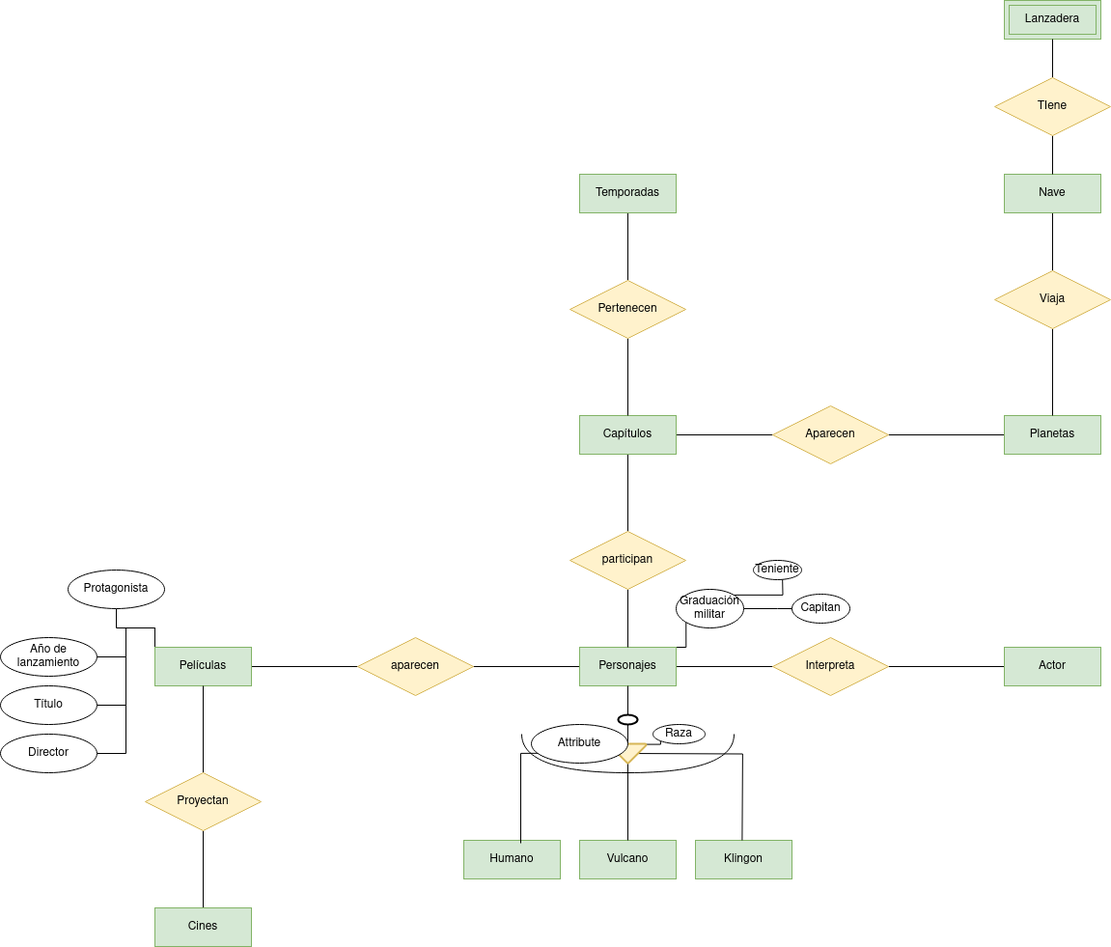
Before: Unidad-1/Tareas/Tarea-evaluable3/Diagrama sin título.drawio.png, a diagram exported from draw.io (jdrguez/2-Daw). Source tidied: cells renumbered, new cells last; positions are measured from the earlier drawing's top-left corner, leaving out a move shared by most shapes.
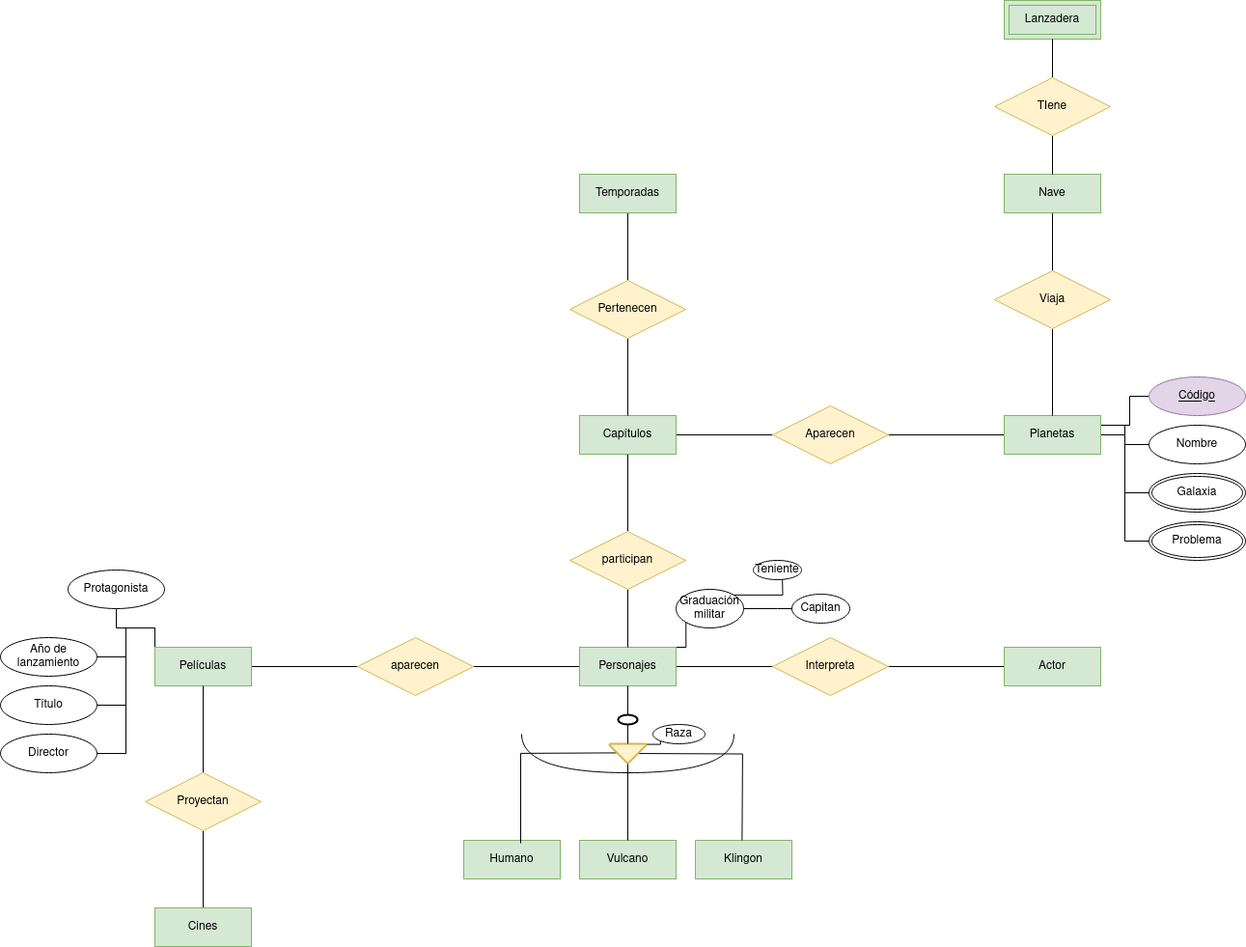
Above is the later version.

The edit, as a diff of the source:
```diff
@@ -130,6 +130,23 @@
     <mxCell id="42" value="Aparecen" style="shape=rhombus;perimeter=rhombusPerimeter;whiteSpace=wrap;html=1;align=center;fillColor=#fff2cc;strokeColor=#d6b656;" parent="1" vertex="1">
       <mxGeometry x="800" y="420" width="120" height="60" as="geometry" />
     </mxCell>
+    <mxCell id="63" style="edgeStyle=orthogonalEdgeStyle;rounded=0;jettySize=auto;html=1;exitX=1;exitY=0;exitDx=0;exitDy=0;entryX=0;entryY=0.5;entryDx=0;entryDy=0;endArrow=none;endFill=0;" parent="1" edge="1" source="43" target="67">
+      <mxGeometry relative="1" as="geometry">
+        <Array as="points">
+          <mxPoint x="1140" y="440" />
+          <mxPoint x="1170" y="440" />
+        </Array>
+      </mxGeometry>
+    </mxCell>
+    <mxCell id="64" style="edgeStyle=orthogonalEdgeStyle;rounded=0;jettySize=auto;html=1;exitX=1;exitY=0.25;exitDx=0;exitDy=0;entryX=0;entryY=0.5;entryDx=0;entryDy=0;endArrow=none;endFill=0;" parent="1" edge="1" source="43" target="68">
+      <mxGeometry relative="1" as="geometry" />
+    </mxCell>
+    <mxCell id="65" style="edgeStyle=orthogonalEdgeStyle;rounded=0;jettySize=auto;html=1;exitX=1;exitY=0.25;exitDx=0;exitDy=0;entryX=0;entryY=0.5;entryDx=0;entryDy=0;endArrow=none;endFill=0;" parent="1" edge="1" source="43" target="69">
+      <mxGeometry relative="1" as="geometry" />
+    </mxCell>
+    <mxCell id="66" style="edgeStyle=orthogonalEdgeStyle;rounded=0;jettySize=auto;html=1;entryX=0;entryY=0.5;entryDx=0;entryDy=0;endArrow=none;endFill=0;" parent="1" edge="1" source="43" target="70">
+      <mxGeometry relative="1" as="geometry" />
+    </mxCell>
     <mxCell id="43" value="Planetas" style="whiteSpace=wrap;html=1;align=center;fillColor=#d5e8d4;strokeColor=#82b366;" parent="1" vertex="1">
       <mxGeometry x="1040" y="430" width="100" height="40" as="geometry" />
     </mxCell>
@@ -182,9 +199,6 @@
     <mxCell id="58" value="TIene" style="shape=rhombus;perimeter=rhombusPerimeter;whiteSpace=wrap;html=1;align=center;fillColor=#fff2cc;strokeColor=#d6b656;" parent="1" vertex="1">
       <mxGeometry x="1030" y="80" width="120" height="60" as="geometry" />
     </mxCell>
-    <mxCell id="59" value="Attribute" style="ellipse;whiteSpace=wrap;html=1;align=center;" parent="1" vertex="1">
-      <mxGeometry x="550" y="750" width="100" height="40" as="geometry" />
-    </mxCell>
     <mxCell id="60" value="&lt;div&gt;Año de &lt;br&gt;&lt;/div&gt;&lt;div&gt;lanzamiento&lt;br&gt;&lt;/div&gt;" style="ellipse;whiteSpace=wrap;html=1;align=center;" parent="1" vertex="1">
       <mxGeometry y="660" width="100" height="40" as="geometry" />
     </mxCell>
@@ -194,5 +208,17 @@
     <mxCell id="62" value="Director" style="ellipse;whiteSpace=wrap;html=1;align=center;" parent="1" vertex="1">
       <mxGeometry y="760" width="100" height="40" as="geometry" />
     </mxCell>
+    <mxCell id="67" value="Código" style="ellipse;whiteSpace=wrap;html=1;align=center;fontStyle=4;fillColor=#e1d5e7;strokeColor=#9673a6;" parent="1" vertex="1">
+      <mxGeometry x="1190" y="390" width="100" height="40" as="geometry" />
+    </mxCell>
+    <mxCell id="68" value="Nombre" style="ellipse;whiteSpace=wrap;html=1;align=center;" parent="1" vertex="1">
+      <mxGeometry x="1190" y="440" width="100" height="40" as="geometry" />
+    </mxCell>
+    <mxCell id="69" value="Galaxia" style="ellipse;shape=doubleEllipse;margin=3;whiteSpace=wrap;html=1;align=center;" parent="1" vertex="1">
+      <mxGeometry x="1190" y="490" width="100" height="40" as="geometry" />
+    </mxCell>
+    <mxCell id="70" value="Problema" style="ellipse;shape=doubleEllipse;margin=3;whiteSpace=wrap;html=1;align=center;" parent="1" vertex="1">
+      <mxGeometry x="1190" y="540" width="100" height="40" as="geometry" />
+    </mxCell>
   </root>
 </mxGraphModel>
```
